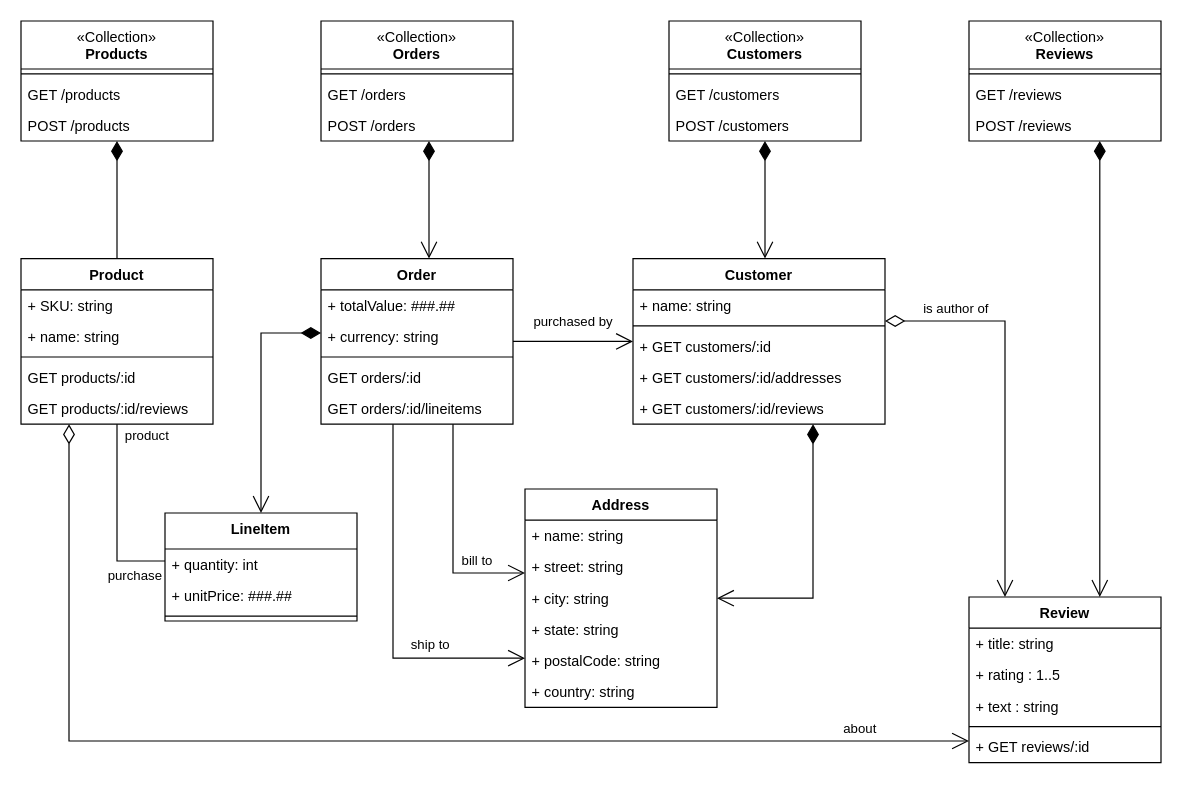
Earlier version of the draw.io diagram Untitled Diagram.drawio (kubiak-calpoly/csc307-team-project). Source tidied: cells renumbered, new cells numbered last; positions are measured from the earlier drawing's top-left corner, leaving out a move shared by most shapes. Both pictures are drawn from the tidied source at 120%, with x=0, y=0 at pixel (20, 20).
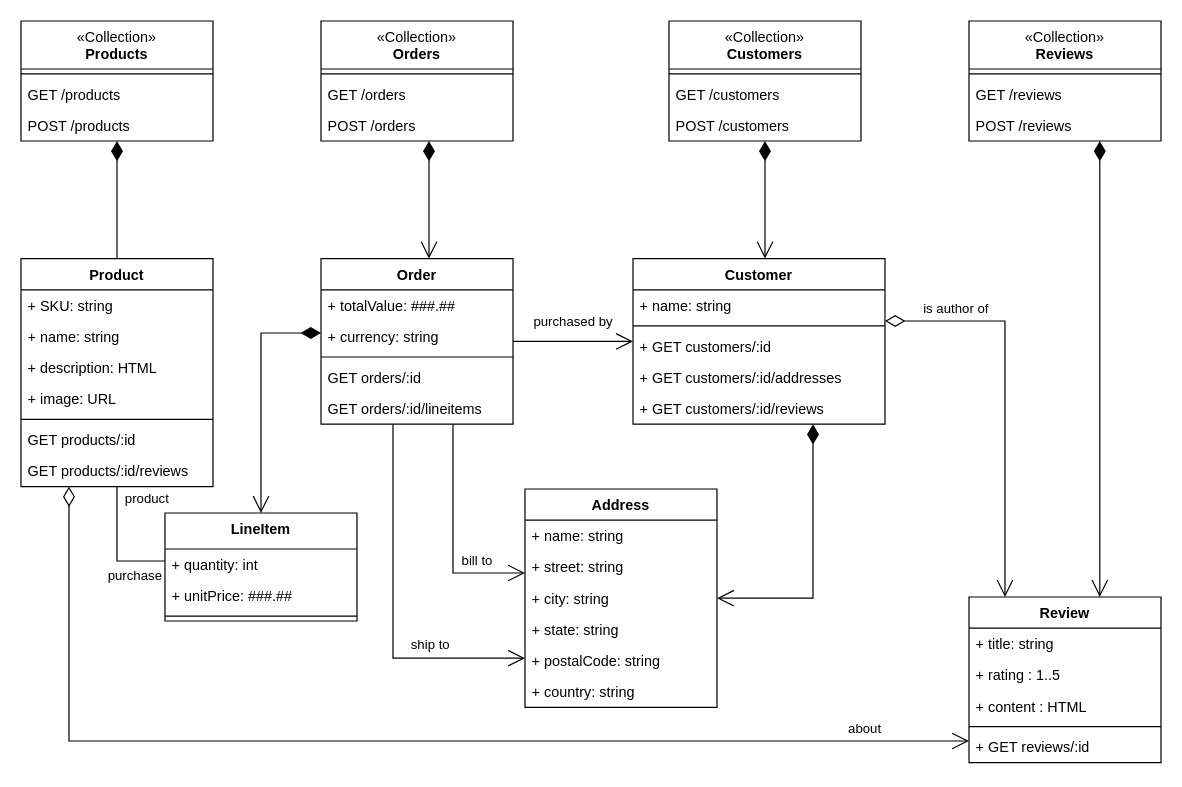
Above is the later version.

Unchanged cells that the change refers to:
```xml
<mxCell id="57" value="Review" style="swimlane;fontStyle=1;align=center;verticalAlign=top;horizontal=1;startSize=26;whiteSpace=wrap;html=1;" parent="1" vertex="1">
  <mxGeometry x="790" y="480" width="160" height="138" as="geometry" />
</mxCell>
```

Diff of the diagram source:
```diff
@@
     <mxCell id="43" value="Product" style="swimlane;fontStyle=1;align=center;verticalAlign=top;horizontal=1;startSize=26;whiteSpace=wrap;html=1;" parent="1" vertex="1">
-      <mxGeometry y="198" width="160" height="138" as="geometry" />
+      <mxGeometry y="198" width="160" height="190" as="geometry" />
     </mxCell>
@@
+    <mxCell id="67" value="+ description: HTML" style="text;strokeColor=none;fillColor=none;align=left;verticalAlign=top;spacingLeft=4;spacingRight=4;overflow=hidden;whiteSpace=wrap;html=1;" parent="43" vertex="1">
+      <mxGeometry y="78" width="160" height="26" as="geometry" />
+    </mxCell>
+    <mxCell id="68" value="+ image: URL" style="text;strokeColor=none;fillColor=none;align=left;verticalAlign=top;spacingLeft=4;spacingRight=4;overflow=hidden;whiteSpace=wrap;html=1;" parent="43" vertex="1">
+      <mxGeometry y="104" width="160" height="26" as="geometry" />
+    </mxCell>
     <mxCell id="46" style="line;strokeWidth=1;fillColor=none;align=left;verticalAlign=middle;spacingTop=-1;spacingLeft=3;spacingRight=3;labelPosition=right;strokeColor=inherit;" parent="43" vertex="1">
-      <mxGeometry y="78" width="160" height="8" as="geometry" />
+      <mxGeometry y="130" width="160" height="8" as="geometry" />
     </mxCell>
     <mxCell id="47" value="GET products/:id" style="text;strokeColor=none;fillColor=none;align=left;verticalAlign=top;spacingLeft=4;spacingRight=4;overflow=hidden;whiteSpace=wrap;html=1;" parent="43" vertex="1">
-      <mxGeometry y="86" width="160" height="26" as="geometry" />
+      <mxGeometry y="138" width="160" height="26" as="geometry" />
     </mxCell>
     <mxCell id="48" value="GET products/:id/reviews" style="text;strokeColor=none;fillColor=none;align=left;verticalAlign=top;spacingLeft=4;spacingRight=4;overflow=hidden;whiteSpace=wrap;html=1;" parent="43" vertex="1">
-      <mxGeometry y="112" width="160" height="26" as="geometry" />
+      <mxGeometry y="164" width="160" height="26" as="geometry" />
     </mxCell>
@@
-    <mxCell id="60" value="+ text : string" style="text;strokeColor=none;fillColor=none;align=left;verticalAlign=top;spacingLeft=4;spacingRight=4;overflow=hidden;whiteSpace=wrap;html=1;" parent="57" vertex="1">
+    <mxCell id="60" value="+ content : HTML" style="text;strokeColor=none;fillColor=none;align=left;verticalAlign=top;spacingLeft=4;spacingRight=4;overflow=hidden;whiteSpace=wrap;html=1;" parent="57" vertex="1">
       <mxGeometry y="78" width="160" height="26" as="geometry" />
     </mxCell>
```
